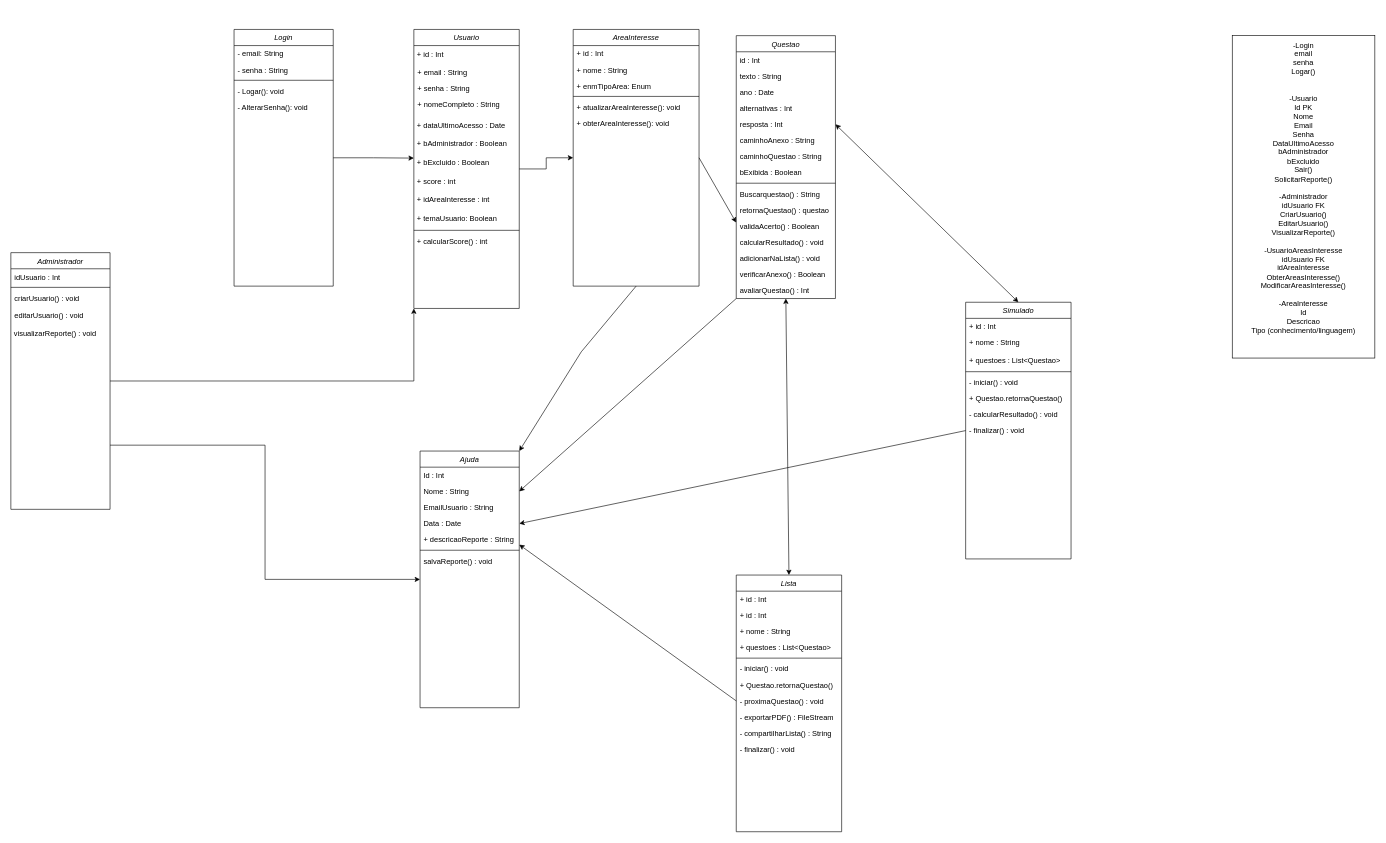
Earlier version of the draw.io diagram QENEM UML Diagram.drawio (augustorazani/QENEM-UML-Diagram). Source tidied: cells renumbered, new cells numbered last; positions are measured from the earlier drawing's top-left corner, leaving out a move shared by most shapes. Both pictures are drawn from the tidied source at 62%, with x=0, y=0 at pixel (11, 29).
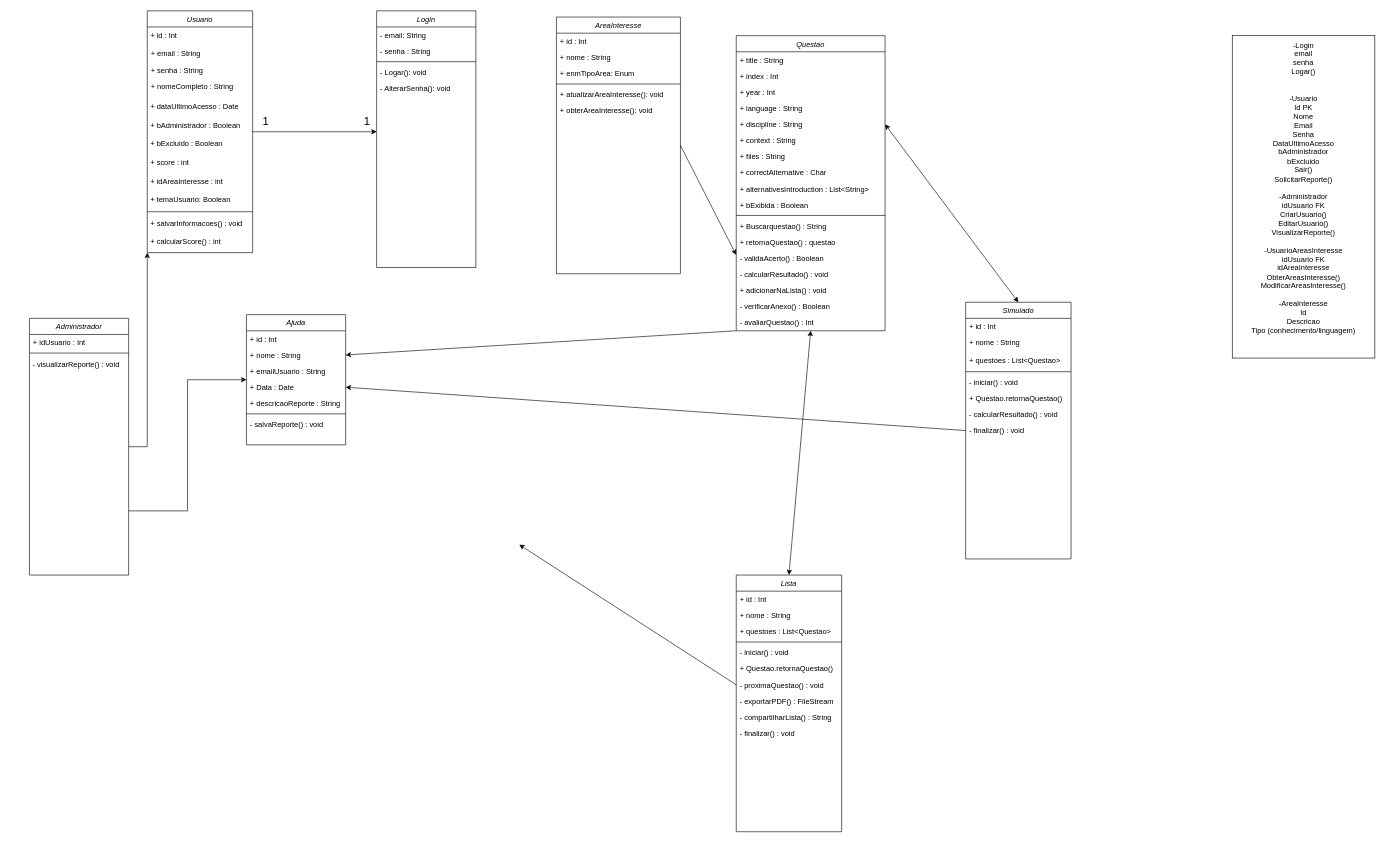
Above is the later version.

Unchanged cells that the change refers to:
```xml
<mxCell id="10" value="&amp;nbsp;+ bExcluido : Boolean" style="text;html=1;align=left;verticalAlign=middle;whiteSpace=wrap;rounded=0;" parent="3" vertex="1">
  <mxGeometry y="200" width="170" height="30" as="geometry" />
</mxCell>
<mxCell id="32" value="Lista" style="swimlane;fontStyle=2;align=center;verticalAlign=top;horizontal=1;startSize=26;rounded=0;shadow=0;strokeWidth=1;" parent="1" vertex="1">
  <mxGeometry x="1170" y="880" width="170" height="414" as="geometry" />
</mxCell>
```

What changed in the source:
```diff
@@
-    <mxCell id="2" style="edgeStyle=orthogonalEdgeStyle;rounded=0;jettySize=auto;html=1;entryX=0;entryY=0.5;entryDx=0;entryDy=0;" parent="1" edge="1" source="3" target="70">
-      <mxGeometry relative="1" as="geometry" />
-    </mxCell>
+    <mxCell id="92" style="edgeStyle=orthogonalEdgeStyle;rounded=0;jettySize=auto;html=1;" parent="1" edge="1" source="3">
+      <mxGeometry relative="1" as="geometry">
+        <mxPoint x="590" y="165" as="targetPoint" />
+        <Array as="points">
+          <mxPoint x="590" y="165" />
+        </Array>
+      </mxGeometry>
+    </mxCell>
+    <mxCell id="93" value="&lt;font style=&quot;font-size: 18px;&quot;&gt;1&lt;/font&gt;" style="edgeLabel;html=1;align=center;verticalAlign=middle;" parent="92" vertex="1">
+      <mxGeometry x="0.76" y="-3" relative="1" as="geometry">
+        <mxPoint x="7" y="-21" as="offset" />
+      </mxGeometry>
+    </mxCell>
     <mxCell id="3" value="Usuario" style="swimlane;fontStyle=2;align=center;verticalAlign=top;horizontal=1;startSize=26;rounded=0;shadow=0;strokeWidth=1;" parent="1" vertex="1">
-      <mxGeometry x="650" width="170" height="450" as="geometry" />
+      <mxGeometry x="220" y="-30" width="170" height="390" as="geometry" />
     </mxCell>
@@
+    <mxCell id="94" value="&amp;nbsp;+ salvarInformacoes() : void" style="text;strokeColor=none;align=left;fillColor=none;html=1;verticalAlign=middle;whiteSpace=wrap;rounded=0;" parent="3" vertex="1">
+      <mxGeometry y="328" width="170" height="30" as="geometry" />
+    </mxCell>
     <mxCell id="15" value="&amp;nbsp;+ calcularScore() : int" style="text;strokeColor=none;align=left;fillColor=none;html=1;verticalAlign=middle;whiteSpace=wrap;rounded=0;" parent="3" vertex="1">
-      <mxGeometry y="328" width="170" height="30" as="geometry" />
+      <mxGeometry y="358" width="170" height="30" as="geometry" />
     </mxCell>
-    <mxCell id="16" style="edgeStyle=orthogonalEdgeStyle;rounded=0;jettySize=auto;html=1;entryX=0;entryY=0.25;entryDx=0;entryDy=0;" parent="1" edge="1" source="17" target="10">
-      <mxGeometry relative="1" as="geometry" />
-    </mxCell>
     <mxCell id="17" value="Login" style="swimlane;fontStyle=2;align=center;verticalAlign=top;horizontal=1;startSize=26;rounded=0;shadow=0;strokeWidth=1;" parent="1" vertex="1">
-      <mxGeometry x="360" width="160" height="414" as="geometry" />
+      <mxGeometry x="590" y="-30" width="160" height="414" as="geometry" />
     </mxCell>
@@
     <mxCell id="26" value="Administrador" style="swimlane;fontStyle=2;align=center;verticalAlign=top;horizontal=1;startSize=26;rounded=0;shadow=0;strokeWidth=1;" parent="1" vertex="1">
-      <mxGeometry y="360" width="160" height="414" as="geometry" />
+      <mxGeometry x="30" y="466" width="160" height="414" as="geometry" />
     </mxCell>
-    <mxCell id="27" value="idUsuario : Int" style="text;align=left;verticalAlign=top;spacingLeft=4;spacingRight=4;overflow=hidden;" parent="26" vertex="1">
+    <mxCell id="27" value="+ idUsuario : Int" style="text;align=left;verticalAlign=top;spacingLeft=4;spacingRight=4;overflow=hidden;" parent="26" vertex="1">
       <mxGeometry y="26" width="160" height="26" as="geometry" />
     </mxCell>
@@
-    <mxCell id="29" value="criarUsuario() : void" style="text;align=left;verticalAlign=top;spacingLeft=4;spacingRight=4;overflow=hidden;" parent="26" vertex="1">
-      <mxGeometry y="60" width="160" height="28" as="geometry" />
-    </mxCell>
-    <mxCell id="30" value="editarUsuario() : void" style="text;align=left;verticalAlign=top;spacingLeft=4;spacingRight=4;overflow=hidden;" parent="26" vertex="1">
-      <mxGeometry y="88" width="160" height="28" as="geometry" />
-    </mxCell>
-    <mxCell id="31" value="&lt;span style=&quot;text-wrap-mode: nowrap;&quot;&gt;&amp;nbsp;visualizarReporte() : void&lt;/span&gt;" style="text;html=1;align=left;verticalAlign=middle;whiteSpace=wrap;rounded=0;" parent="26" vertex="1">
-      <mxGeometry y="116" width="160" height="30" as="geometry" />
+    <mxCell id="31" value="&lt;span style=&quot;text-wrap-mode: nowrap;&quot;&gt;&amp;nbsp;- visualizarReporte() : void&lt;/span&gt;" style="text;html=1;align=left;verticalAlign=middle;whiteSpace=wrap;rounded=0;" parent="26" vertex="1">
+      <mxGeometry y="60" width="160" height="30" as="geometry" />
     </mxCell>
@@
-    <mxCell id="34" value="+ id : Int" style="text;align=left;verticalAlign=top;spacingLeft=4;spacingRight=4;overflow=hidden;" parent="32" vertex="1">
-      <mxGeometry y="52" width="170" height="26" as="geometry" />
-    </mxCell>
     <mxCell id="35" value="+ nome : String" style="text;align=left;verticalAlign=top;spacingLeft=4;spacingRight=4;overflow=hidden;rounded=0;shadow=0;html=0;" parent="32" vertex="1">
-      <mxGeometry y="78" width="170" height="26" as="geometry" />
+      <mxGeometry y="52" width="170" height="26" as="geometry" />
     </mxCell>
     <mxCell id="36" value="+ questoes : List&lt;Questao&gt;" style="text;align=left;verticalAlign=top;spacingLeft=4;spacingRight=4;overflow=hidden;rounded=0;shadow=0;html=0;" parent="32" vertex="1">
-      <mxGeometry y="104" width="170" height="26" as="geometry" />
+      <mxGeometry y="78" width="170" height="26" as="geometry" />
     </mxCell>
     <mxCell id="37" style="line;html=1;strokeWidth=1;align=left;verticalAlign=middle;spacingTop=-1;spacingLeft=3;spacingRight=3;labelPosition=right;" parent="32" vertex="1">
-      <mxGeometry y="130" width="170" height="8" as="geometry" />
+      <mxGeometry y="104" width="170" height="8" as="geometry" />
     </mxCell>
     <mxCell id="38" value="- iniciar() : void" style="text;align=left;verticalAlign=top;spacingLeft=4;spacingRight=4;overflow=hidden;" parent="32" vertex="1">
-      <mxGeometry y="138" width="170" height="26" as="geometry" />
+      <mxGeometry y="112" width="170" height="26" as="geometry" />
     </mxCell>
     <mxCell id="39" value="+ Questao.retornaQuestao()" style="text;align=left;verticalAlign=top;spacingLeft=4;spacingRight=4;overflow=hidden;" parent="32" vertex="1">
-      <mxGeometry y="164" width="170" height="26" as="geometry" />
+      <mxGeometry y="138" width="170" height="26" as="geometry" />
     </mxCell>
     <mxCell id="40" value="- proximaQuestao() : void" style="text;align=left;verticalAlign=top;spacingLeft=4;spacingRight=4;overflow=hidden;points=[[0,0.5],[1,0.5]];portConstraint=eastwest;" parent="32" vertex="1">
-      <mxGeometry y="190" width="170" height="26" as="geometry" />
+      <mxGeometry y="164" width="170" height="26" as="geometry" />
     </mxCell>
     <mxCell id="41" value="- exportarPDF() : FileStream" style="text;align=left;verticalAlign=top;spacingLeft=4;spacingRight=4;overflow=hidden;" parent="32" vertex="1">
-      <mxGeometry y="216" width="170" height="26" as="geometry" />
+      <mxGeometry y="190" width="170" height="26" as="geometry" />
     </mxCell>
     <mxCell id="42" value="- compartilharLista() : String" style="text;align=left;verticalAlign=top;spacingLeft=4;spacingRight=4;overflow=hidden;" parent="32" vertex="1">
-      <mxGeometry y="242" width="170" height="26" as="geometry" />
+      <mxGeometry y="216" width="170" height="26" as="geometry" />
     </mxCell>
     <mxCell id="43" value="- finalizar() : void" style="text;align=left;verticalAlign=top;spacingLeft=4;spacingRight=4;overflow=hidden;" parent="32" vertex="1">
-      <mxGeometry y="268" width="170" height="26" as="geometry" />
+      <mxGeometry y="242" width="170" height="26" as="geometry" />
     </mxCell>
@@
     <mxCell id="53" value="Questao" style="swimlane;fontStyle=2;align=center;verticalAlign=top;horizontal=1;startSize=26;rounded=0;shadow=0;strokeWidth=1;" parent="1" vertex="1">
-      <mxGeometry x="1170" y="10" width="160" height="424" as="geometry" />
+      <mxGeometry x="1170" y="10" width="240" height="476" as="geometry" />
     </mxCell>
-    <mxCell id="54" value="id : Int" style="text;align=left;verticalAlign=top;spacingLeft=4;spacingRight=4;overflow=hidden;" parent="53" vertex="1">
-      <mxGeometry y="26" width="160" height="26" as="geometry" />
+    <mxCell id="54" value="+ title : String" style="text;align=left;verticalAlign=top;spacingLeft=4;spacingRight=4;overflow=hidden;" parent="53" vertex="1">
+      <mxGeometry y="26" width="240" height="26" as="geometry" />
     </mxCell>
-    <mxCell id="55" value="texto : String" style="text;align=left;verticalAlign=top;spacingLeft=4;spacingRight=4;overflow=hidden;rounded=0;shadow=0;html=0;" parent="53" vertex="1">
-      <mxGeometry y="52" width="160" height="26" as="geometry" />
+    <mxCell id="55" value="+ index : Int" style="text;align=left;verticalAlign=top;spacingLeft=4;spacingRight=4;overflow=hidden;rounded=0;shadow=0;html=0;" parent="53" vertex="1">
+      <mxGeometry y="52" width="240" height="26" as="geometry" />
     </mxCell>
-    <mxCell id="56" value="ano : Date" style="text;align=left;verticalAlign=top;spacingLeft=4;spacingRight=4;overflow=hidden;rounded=0;shadow=0;html=0;" parent="53" vertex="1">
-      <mxGeometry y="78" width="160" height="26" as="geometry" />
+    <mxCell id="56" value="+ year : Int" style="text;align=left;verticalAlign=top;spacingLeft=4;spacingRight=4;overflow=hidden;rounded=0;shadow=0;html=0;" parent="53" vertex="1">
+      <mxGeometry y="78" width="240" height="26" as="geometry" />
     </mxCell>
-    <mxCell id="57" value="alternativas : Int" style="text;align=left;verticalAlign=top;spacingLeft=4;spacingRight=4;overflow=hidden;rounded=0;shadow=0;html=0;" parent="53" vertex="1">
-      <mxGeometry y="104" width="160" height="26" as="geometry" />
+    <mxCell id="57" value="+ language : String" style="text;align=left;verticalAlign=top;spacingLeft=4;spacingRight=4;overflow=hidden;rounded=0;shadow=0;html=0;" parent="53" vertex="1">
+      <mxGeometry y="104" width="240" height="26" as="geometry" />
     </mxCell>
-    <mxCell id="58" value="resposta : Int" style="text;align=left;verticalAlign=top;spacingLeft=4;spacingRight=4;overflow=hidden;points=[[0,0.5],[1,0.5]];portConstraint=eastwest;rounded=0;shadow=0;html=0;" parent="53" vertex="1">
-      <mxGeometry y="130" width="160" height="26" as="geometry" />
+    <mxCell id="58" value="+ discipline : String" style="text;align=left;verticalAlign=top;spacingLeft=4;spacingRight=4;overflow=hidden;points=[[0,0.5],[1,0.5]];portConstraint=eastwest;rounded=0;shadow=0;html=0;" parent="53" vertex="1">
+      <mxGeometry y="130" width="240" height="26" as="geometry" />
     </mxCell>
-    <mxCell id="59" value="caminhoAnexo : String" style="text;align=left;verticalAlign=top;spacingLeft=4;spacingRight=4;overflow=hidden;rounded=0;shadow=0;html=0;" parent="53" vertex="1">
-      <mxGeometry y="156" width="160" height="26" as="geometry" />
+    <mxCell id="59" value="+ context : String" style="text;align=left;verticalAlign=top;spacingLeft=4;spacingRight=4;overflow=hidden;rounded=0;shadow=0;html=0;" parent="53" vertex="1">
+      <mxGeometry y="156" width="240" height="26" as="geometry" />
     </mxCell>
-    <mxCell id="60" value="caminhoQuestao : String" style="text;align=left;verticalAlign=top;spacingLeft=4;spacingRight=4;overflow=hidden;rounded=0;shadow=0;html=0;" parent="53" vertex="1">
-      <mxGeometry y="182" width="160" height="26" as="geometry" />
+    <mxCell id="60" value="+ files : String" style="text;align=left;verticalAlign=top;spacingLeft=4;spacingRight=4;overflow=hidden;rounded=0;shadow=0;html=0;" parent="53" vertex="1">
+      <mxGeometry y="182" width="240" height="26" as="geometry" />
     </mxCell>
+    <mxCell id="95" value="+ correctAlternative : Char" style="text;align=left;verticalAlign=top;spacingLeft=4;spacingRight=4;overflow=hidden;rounded=0;shadow=0;html=0;" parent="53" vertex="1">
+      <mxGeometry y="208" width="240" height="26" as="geometry" />
+    </mxCell>
+    <mxCell id="96" value="+ alternativesIntroduction : List&lt;String&gt;" style="text;align=left;verticalAlign=top;spacingLeft=4;spacingRight=4;overflow=hidden;rounded=0;shadow=0;html=0;" parent="53" vertex="1">
+      <mxGeometry y="234" width="240" height="26" as="geometry" />
+    </mxCell>
-    <mxCell id="61" value="bExibida : Boolean" style="text;align=left;verticalAlign=top;spacingLeft=4;spacingRight=4;overflow=hidden;rounded=0;shadow=0;html=0;" parent="53" vertex="1">
-      <mxGeometry y="208" width="160" height="26" as="geometry" />
+    <mxCell id="61" value="+ bExibida : Boolean" style="text;align=left;verticalAlign=top;spacingLeft=4;spacingRight=4;overflow=hidden;rounded=0;shadow=0;html=0;" parent="53" vertex="1">
+      <mxGeometry y="260" width="240" height="26" as="geometry" />
     </mxCell>
     <mxCell id="62" style="line;html=1;strokeWidth=1;align=left;verticalAlign=middle;spacingTop=-1;spacingLeft=3;spacingRight=3;labelPosition=right;" parent="53" vertex="1">
-      <mxGeometry y="234" width="160" height="8" as="geometry" />
+      <mxGeometry y="286" width="240" height="8" as="geometry" />
     </mxCell>
-    <mxCell id="63" value="Buscarquestao() : String" style="text;align=left;verticalAlign=top;spacingLeft=4;spacingRight=4;overflow=hidden;" parent="53" vertex="1">
-      <mxGeometry y="242" width="160" height="26" as="geometry" />
+    <mxCell id="63" value="+ Buscarquestao() : String" style="text;align=left;verticalAlign=top;spacingLeft=4;spacingRight=4;overflow=hidden;" parent="53" vertex="1">
+      <mxGeometry y="294" width="240" height="26" as="geometry" />
     </mxCell>
-    <mxCell id="64" value="retornaQuestao() : questao" style="text;align=left;verticalAlign=top;spacingLeft=4;spacingRight=4;overflow=hidden;" parent="53" vertex="1">
-      <mxGeometry y="268" width="160" height="26" as="geometry" />
+    <mxCell id="64" value="+ retornaQuestao() : questao" style="text;align=left;verticalAlign=top;spacingLeft=4;spacingRight=4;overflow=hidden;" parent="53" vertex="1">
+      <mxGeometry y="320" width="240" height="26" as="geometry" />
     </mxCell>
-    <mxCell id="65" value="validaAcerto() : Boolean" style="text;align=left;verticalAlign=top;spacingLeft=4;spacingRight=4;overflow=hidden;points=[[0,0.5],[1,0.5]];portConstraint=eastwest;" parent="53" vertex="1">
-      <mxGeometry y="294" width="160" height="26" as="geometry" />
+    <mxCell id="65" value="- validaAcerto() : Boolean" style="text;align=left;verticalAlign=top;spacingLeft=4;spacingRight=4;overflow=hidden;points=[[0,0.5],[1,0.5]];portConstraint=eastwest;" parent="53" vertex="1">
+      <mxGeometry y="346" width="240" height="26" as="geometry" />
     </mxCell>
-    <mxCell id="66" value="calcularResultado() : void" style="text;align=left;verticalAlign=top;spacingLeft=4;spacingRight=4;overflow=hidden;" parent="53" vertex="1">
-      <mxGeometry y="320" width="160" height="26" as="geometry" />
+    <mxCell id="66" value="- calcularResultado() : void" style="text;align=left;verticalAlign=top;spacingLeft=4;spacingRight=4;overflow=hidden;" parent="53" vertex="1">
+      <mxGeometry y="372" width="240" height="26" as="geometry" />
     </mxCell>
-    <mxCell id="67" value="adicionarNaLista() : void" style="text;align=left;verticalAlign=top;spacingLeft=4;spacingRight=4;overflow=hidden;" parent="53" vertex="1">
-      <mxGeometry y="346" width="160" height="26" as="geometry" />
+    <mxCell id="67" value="+ adicionarNaLista() : void" style="text;align=left;verticalAlign=top;spacingLeft=4;spacingRight=4;overflow=hidden;" parent="53" vertex="1">
+      <mxGeometry y="398" width="240" height="26" as="geometry" />
     </mxCell>
-    <mxCell id="68" value="verificarAnexo() : Boolean" style="text;align=left;verticalAlign=top;spacingLeft=4;spacingRight=4;overflow=hidden;" parent="53" vertex="1">
-      <mxGeometry y="372" width="160" height="26" as="geometry" />
+    <mxCell id="68" value="- verificarAnexo() : Boolean" style="text;align=left;verticalAlign=top;spacingLeft=4;spacingRight=4;overflow=hidden;" parent="53" vertex="1">
+      <mxGeometry y="424" width="240" height="26" as="geometry" />
     </mxCell>
-    <mxCell id="69" value="avaliarQuestao() : Int" style="text;align=left;verticalAlign=top;spacingLeft=4;spacingRight=4;overflow=hidden;" parent="53" vertex="1">
-      <mxGeometry y="398" width="160" height="26" as="geometry" />
+    <mxCell id="69" value="- avaliarQuestao() : Int" style="text;align=left;verticalAlign=top;spacingLeft=4;spacingRight=4;overflow=hidden;" parent="53" vertex="1">
+      <mxGeometry y="450" width="240" height="26" as="geometry" />
     </mxCell>
     <mxCell id="70" value="AreaInteresse" style="swimlane;fontStyle=2;align=center;verticalAlign=top;horizontal=1;startSize=26;rounded=0;shadow=0;strokeWidth=1;" parent="1" vertex="1">
-      <mxGeometry x="907" width="203" height="414" as="geometry" />
+      <mxGeometry x="880" y="-20" width="200" height="414" as="geometry" />
     </mxCell>
     <mxCell id="71" value="+ id : Int" style="text;align=left;verticalAlign=top;spacingLeft=4;spacingRight=4;overflow=hidden;" parent="70" vertex="1">
-      <mxGeometry y="26" width="203" height="26" as="geometry" />
+      <mxGeometry y="26" width="200" height="26" as="geometry" />
     </mxCell>
     <mxCell id="72" value="+ nome : String" style="text;align=left;verticalAlign=top;spacingLeft=4;spacingRight=4;overflow=hidden;rounded=0;shadow=0;html=0;" parent="70" vertex="1">
-      <mxGeometry y="52" width="203" height="26" as="geometry" />
+      <mxGeometry y="52" width="200" height="26" as="geometry" />
     </mxCell>
     <mxCell id="73" value="+ enmTipoArea: Enum" style="text;align=left;verticalAlign=top;spacingLeft=4;spacingRight=4;overflow=hidden;rounded=0;shadow=0;html=0;" parent="70" vertex="1">
-      <mxGeometry y="78" width="203" height="26" as="geometry" />
+      <mxGeometry y="78" width="200" height="26" as="geometry" />
     </mxCell>
     <mxCell id="74" style="line;html=1;strokeWidth=1;align=left;verticalAlign=middle;spacingTop=-1;spacingLeft=3;spacingRight=3;labelPosition=right;" parent="70" vertex="1">
-      <mxGeometry y="104" width="203" height="8" as="geometry" />
+      <mxGeometry y="104" width="200" height="8" as="geometry" />
     </mxCell>
     <mxCell id="75" value="+ atualizarAreaInteresse(): void" style="text;align=left;verticalAlign=top;spacingLeft=4;spacingRight=4;overflow=hidden;" parent="70" vertex="1">
-      <mxGeometry y="112" width="203" height="26" as="geometry" />
+      <mxGeometry y="112" width="200" height="26" as="geometry" />
     </mxCell>
     <mxCell id="76" value="+ obterAreaInteresse(): void" style="text;align=left;verticalAlign=top;spacingLeft=4;spacingRight=4;overflow=hidden;" parent="70" vertex="1">
-      <mxGeometry y="138" width="203" height="26" as="geometry" />
+      <mxGeometry y="138" width="200" height="26" as="geometry" />
     </mxCell>
     <mxCell id="77" value="Ajuda" style="swimlane;fontStyle=2;align=center;verticalAlign=top;horizontal=1;startSize=26;rounded=0;shadow=0;strokeWidth=1;" parent="1" vertex="1">
-      <mxGeometry x="660" y="680" width="160" height="414" as="geometry" />
+      <mxGeometry x="380" y="460" width="160" height="210" as="geometry" />
     </mxCell>
-    <mxCell id="78" value="Id : Int" style="text;align=left;verticalAlign=top;spacingLeft=4;spacingRight=4;overflow=hidden;" parent="77" vertex="1">
+    <mxCell id="78" value="+ id : Int" style="text;align=left;verticalAlign=top;spacingLeft=4;spacingRight=4;overflow=hidden;" parent="77" vertex="1">
       <mxGeometry y="26" width="160" height="26" as="geometry" />
     </mxCell>
-    <mxCell id="79" value="Nome : String" style="text;align=left;verticalAlign=top;spacingLeft=4;spacingRight=4;overflow=hidden;points=[[0,0.5],[1,0.5]];portConstraint=eastwest;rounded=0;shadow=0;html=0;" parent="77" vertex="1">
+    <mxCell id="79" value="+ nome : String" style="text;align=left;verticalAlign=top;spacingLeft=4;spacingRight=4;overflow=hidden;points=[[0,0.5],[1,0.5]];portConstraint=eastwest;rounded=0;shadow=0;html=0;" parent="77" vertex="1">
       <mxGeometry y="52" width="160" height="26" as="geometry" />
     </mxCell>
-    <mxCell id="80" value="EmailUsuario : String" style="text;align=left;verticalAlign=top;spacingLeft=4;spacingRight=4;overflow=hidden;rounded=0;shadow=0;html=0;" parent="77" vertex="1">
+    <mxCell id="80" value="+ emailUsuario : String" style="text;align=left;verticalAlign=top;spacingLeft=4;spacingRight=4;overflow=hidden;rounded=0;shadow=0;html=0;" parent="77" vertex="1">
       <mxGeometry y="78" width="160" height="26" as="geometry" />
     </mxCell>
-    <mxCell id="81" value="Data : Date" style="text;align=left;verticalAlign=top;spacingLeft=4;spacingRight=4;overflow=hidden;points=[[0,0.5],[1,0.5]];portConstraint=eastwest;rounded=0;shadow=0;html=0;" parent="77" vertex="1">
+    <mxCell id="81" value="+ Data : Date" style="text;align=left;verticalAlign=top;spacingLeft=4;spacingRight=4;overflow=hidden;points=[[0,0.5],[1,0.5]];portConstraint=eastwest;rounded=0;shadow=0;html=0;" parent="77" vertex="1">
       <mxGeometry y="104" width="160" height="26" as="geometry" />
     </mxCell>
@@
-    <mxCell id="84" value="salvaReporte() : void" style="text;align=left;verticalAlign=top;spacingLeft=4;spacingRight=4;overflow=hidden;" parent="77" vertex="1">
+    <mxCell id="84" value="- salvaReporte() : void" style="text;align=left;verticalAlign=top;spacingLeft=4;spacingRight=4;overflow=hidden;" parent="77" vertex="1">
       <mxGeometry y="164" width="160" height="26" as="geometry" />
     </mxCell>
@@
-    <mxCell id="86" style="endArrow=classic;html=1;rounded=0;exitX=0.5;exitY=1;exitDx=0;exitDy=0;entryX=1;entryY=0;entryDx=0;entryDy=0;" parent="1" edge="1" source="70" target="77">
-      <mxGeometry relative="1" as="geometry">
-        <Array as="points">
-          <mxPoint x="920" y="520" />
-        </Array>
-      </mxGeometry>
-    </mxCell>
@@
+    <mxCell id="97" value="&lt;font style=&quot;font-size: 18px;&quot;&gt;1&lt;/font&gt;" style="edgeLabel;html=1;align=center;verticalAlign=middle;" parent="1" vertex="1">
+      <mxGeometry x="410" y="147" as="geometry" />
+    </mxCell>
```
